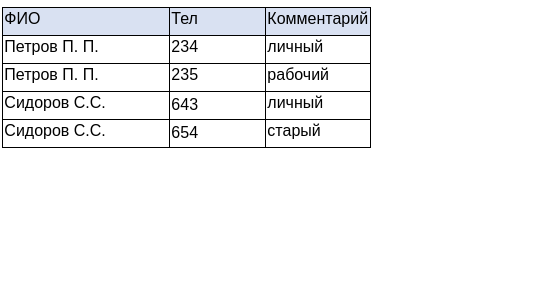
Before: 2nd Day/Task_1.3.png, a diagram exported from draw.io (Cy8rax/DataBase-HT). Source tidied: cells renumbered, new cells last; positions are measured from the earlier drawing's top-left corner, leaving out a move shared by most shapes.
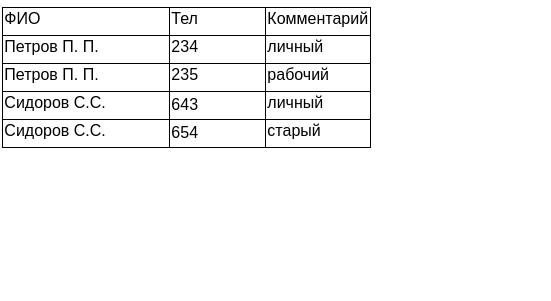
The same diagram one commit later.

Diff of the diagram source:
```diff
@@ -2,7 +2,7 @@
   <root>
     <mxCell id="0" />
     <mxCell id="1" parent="0" />
-    <mxCell id="2" value="&lt;b style=&quot;font-weight: normal&quot; id=&quot;docs-internal-guid-f6764b76-7fff-4c05-fab1-9b066bd7091b&quot;&gt;&lt;div dir=&quot;ltr&quot; style=&quot;margin-left: 0pt&quot; align=&quot;left&quot;&gt;&lt;table style=&quot;border: none ; border-collapse: collapse&quot;&gt;&lt;colgroup&gt;&lt;col width=&quot;167&quot;&gt;&lt;col width=&quot;96&quot;&gt;&lt;col width=&quot;81&quot;&gt;&lt;col width=&quot;92&quot;&gt;&lt;col width=&quot;138&quot;&gt;&lt;col width=&quot;158&quot;&gt;&lt;col width=&quot;111&quot;&gt;&lt;/colgroup&gt;&lt;tbody&gt;&lt;tr style=&quot;height: 21.214285714285715pt&quot;&gt;&lt;td style=&quot;border-left: solid #000000 0.9375pt ; border-right: solid #000000 0.9375pt ; border-bottom: solid #000000 0.9375pt ; border-top: solid #000000 0.9375pt ; vertical-align: middle ; background-color: #d9e1f2 ; padding: 1pt 1pt 5pt 1pt ; overflow: hidden ; overflow-wrap: break-word&quot;&gt;&lt;p dir=&quot;ltr&quot; style=&quot;line-height: 1.08 ; margin-top: 0pt ; margin-bottom: 0pt&quot;&gt;&lt;span style=&quot;font-size: 12pt ; font-family: &amp;#34;arial&amp;#34; ; color: rgb(0 , 0 , 0) ; background-color: transparent ; font-weight: 400 ; font-style: normal ; font-variant: normal ; text-decoration: none ; vertical-align: baseline&quot;&gt;ФИО&amp;nbsp;&amp;nbsp;&amp;nbsp;&amp;nbsp;&amp;nbsp;&amp;nbsp;&amp;nbsp;&amp;nbsp;&amp;nbsp;&amp;nbsp;&amp;nbsp;&amp;nbsp;&amp;nbsp;&amp;nbsp;&amp;nbsp;&lt;/span&gt;&lt;/p&gt;&lt;/td&gt;&lt;td style=&quot;border-left: solid #000000 0.9375pt ; border-right: solid #000000 0.9375pt ; border-bottom: solid #000000 0.9375pt ; border-top: solid #000000 0.9375pt ; vertical-align: middle ; background-color: #d9e1f2 ; padding: 1pt 1pt 5pt 1pt ; overflow: hidden ; overflow-wrap: break-word&quot;&gt;&lt;p dir=&quot;ltr&quot; style=&quot;line-height: 1.08 ; margin-top: 0pt ; margin-bottom: 0pt&quot;&gt;&lt;span style=&quot;font-size: 12pt ; font-family: &amp;#34;arial&amp;#34; ; color: rgb(0 , 0 , 0) ; background-color: transparent ; font-weight: 400 ; font-style: normal ; font-variant: normal ; text-decoration: none ; vertical-align: baseline&quot;&gt;Тел&lt;/span&gt;&lt;/p&gt;&lt;/td&gt;&lt;td style=&quot;border-left: solid #000000 0.9375pt ; border-right: solid #000000 0.9375pt ; border-bottom: solid #000000 0.9375pt ; border-top: solid #000000 0.9375pt ; vertical-align: middle ; background-color: #d9e1f2 ; padding: 1pt 1pt 5pt 1pt ; overflow: hidden ; overflow-wrap: break-word&quot;&gt;&lt;p dir=&quot;ltr&quot; style=&quot;line-height: 1.08 ; margin-top: 0pt ; margin-bottom: 0pt&quot;&gt;&lt;span style=&quot;font-size: 12pt ; font-family: &amp;#34;arial&amp;#34; ; color: rgb(0 , 0 , 0) ; background-color: transparent ; font-weight: 400 ; font-style: normal ; font-variant: normal ; text-decoration: none ; vertical-align: baseline&quot;&gt;Комментарий&lt;/span&gt;&lt;/p&gt;&lt;/td&gt;&lt;/tr&gt;&lt;tr style=&quot;height: 21.214285714285715pt&quot;&gt;&lt;td style=&quot;border-left: solid #000000 0.9375pt ; border-right: solid #000000 0.9375pt ; border-bottom: solid #000000 0.9375pt ; border-top: solid #000000 0.9375pt ; vertical-align: middle ; padding: 1pt 1pt 5pt 1pt ; overflow: hidden ; overflow-wrap: break-word&quot;&gt;&lt;p dir=&quot;ltr&quot; style=&quot;line-height: 1.08 ; margin-top: 0pt ; margin-bottom: 0pt&quot;&gt;&lt;span style=&quot;font-size: 12pt ; font-family: &amp;#34;arial&amp;#34; ; color: rgb(0 , 0 , 0) ; background-color: transparent ; font-weight: 400 ; font-style: normal ; font-variant: normal ; text-decoration: none ; vertical-align: baseline&quot;&gt;Петров П. П.&lt;/span&gt;&lt;/p&gt;&lt;/td&gt;&lt;td style=&quot;border-left: solid #000000 0.9375pt ; border-right: solid #000000 0.9375pt ; border-bottom: solid #000000 0.9375pt ; border-top: solid #000000 0.9375pt ; vertical-align: middle ; padding: 1pt 1pt 5pt 1pt ; overflow: hidden ; overflow-wrap: break-word&quot;&gt;&lt;p dir=&quot;ltr&quot; style=&quot;line-height: 1.08 ; margin-top: 0pt ; margin-bottom: 0pt&quot;&gt;&lt;span style=&quot;font-size: 12pt ; font-family: &amp;#34;arial&amp;#34; ; color: rgb(0 , 0 , 0) ; background-color: transparent ; font-weight: 400 ; font-style: normal ; font-variant: normal ; text-decoration: none ; vertical-align: baseline&quot;&gt;234&lt;/span&gt;&lt;/p&gt;&lt;/td&gt;&lt;td style=&quot;border-left: solid #000000 0.9375pt ; border-right: solid #000000 0.9375pt ; border-bottom: solid #000000 0.9375pt ; border-top: solid #000000 0.9375pt ; vertical-align: middle ; padding: 1pt 1pt 5pt 1pt ; overflow: hidden ; overflow-wrap: break-word&quot;&gt;&lt;p dir=&quot;ltr&quot; style=&quot;line-height: 1.08 ; margin-top: 0pt ; margin-bottom: 0pt&quot;&gt;&lt;span style=&quot;font-size: 12pt ; font-family: &amp;#34;arial&amp;#34; ; color: rgb(0 , 0 , 0) ; background-color: transparent ; font-weight: 400 ; font-style: normal ; font-variant: normal ; text-decoration: none ; vertical-align: baseline&quot;&gt;личный&lt;/span&gt;&lt;/p&gt;&lt;/td&gt;&lt;/tr&gt;&lt;tr style=&quot;height: 21.214285714285715pt&quot;&gt;&lt;td style=&quot;border-left: solid #000000 0.9375pt ; border-right: solid #000000 0.9375pt ; border-bottom: solid #000000 0.9375pt ; border-top: solid #000000 0.9375pt ; vertical-align: middle ; padding: 1pt 1pt 5pt 1pt ; overflow: hidden ; overflow-wrap: break-word&quot;&gt;&lt;p dir=&quot;ltr&quot; style=&quot;line-height: 1.08 ; margin-top: 0pt ; margin-bottom: 0pt&quot;&gt;&lt;span style=&quot;font-size: 12pt ; font-family: &amp;#34;arial&amp;#34; ; color: rgb(0 , 0 , 0) ; background-color: transparent ; font-weight: 400 ; font-style: normal ; font-variant: normal ; text-decoration: none ; vertical-align: baseline&quot;&gt;Петров П. П.&lt;/span&gt;&lt;/p&gt;&lt;/td&gt;&lt;td style=&quot;border-left: solid #000000 0.9375pt ; border-right: solid #000000 0.9375pt ; border-bottom: solid #000000 0.9375pt ; border-top: solid #000000 0.9375pt ; vertical-align: middle ; padding: 1pt 1pt 5pt 1pt ; overflow: hidden ; overflow-wrap: break-word&quot;&gt;&lt;p dir=&quot;ltr&quot; style=&quot;line-height: 1.08 ; margin-top: 0pt ; margin-bottom: 0pt&quot;&gt;&lt;span style=&quot;font-size: 12pt ; font-family: &amp;#34;arial&amp;#34; ; color: rgb(0 , 0 , 0) ; background-color: transparent ; font-weight: 400 ; font-style: normal ; font-variant: normal ; text-decoration: none ; vertical-align: baseline&quot;&gt;235&lt;/span&gt;&lt;/p&gt;&lt;/td&gt;&lt;td style=&quot;border-left: solid #000000 0.9375pt ; border-right: solid #000000 0.9375pt ; border-bottom: solid #000000 0.9375pt ; border-top: solid #000000 0.9375pt ; vertical-align: middle ; padding: 1pt 1pt 5pt 1pt ; overflow: hidden ; overflow-wrap: break-word&quot;&gt;&lt;p dir=&quot;ltr&quot; style=&quot;line-height: 1.08 ; margin-top: 0pt ; margin-bottom: 0pt&quot;&gt;&lt;span style=&quot;font-size: 12pt ; font-family: &amp;#34;arial&amp;#34; ; color: rgb(0 , 0 , 0) ; background-color: transparent ; font-weight: 400 ; font-style: normal ; font-variant: normal ; text-decoration: none ; vertical-align: baseline&quot;&gt;рабочий&lt;/span&gt;&lt;/p&gt;&lt;/td&gt;&lt;/tr&gt;&lt;tr style=&quot;height: 21.214285714285715pt&quot;&gt;&lt;td style=&quot;border-left: solid #000000 0.9375pt ; border-right: solid #000000 0.9375pt ; border-bottom: solid #000000 0.9375pt ; border-top: solid #000000 0.9375pt ; vertical-align: middle ; padding: 1pt 1pt 5pt 1pt ; overflow: hidden ; overflow-wrap: break-word&quot;&gt;&lt;p dir=&quot;ltr&quot; style=&quot;line-height: 1.08 ; margin-top: 0pt ; margin-bottom: 0pt&quot;&gt;&lt;span style=&quot;font-size: 12pt ; font-family: &amp;#34;arial&amp;#34; ; color: rgb(0 , 0 , 0) ; background-color: transparent ; font-weight: 400 ; font-style: normal ; font-variant: normal ; text-decoration: none ; vertical-align: baseline&quot;&gt;Сидоров С.С.&lt;/span&gt;&lt;/p&gt;&lt;/td&gt;&lt;td style=&quot;border-left: solid #000000 0.9375pt ; border-right: solid #000000 0.9375pt ; border-bottom: solid #000000 0.9375pt ; border-top: solid #000000 0.9375pt ; vertical-align: bottom ; padding: 1pt 1pt 5pt 1pt ; overflow: hidden ; overflow-wrap: break-word&quot;&gt;&lt;p dir=&quot;ltr&quot; style=&quot;line-height: 1.08 ; margin-top: 0pt ; margin-bottom: 0pt&quot;&gt;&lt;span style=&quot;font-size: 12pt ; font-family: &amp;#34;arial&amp;#34; ; color: rgb(0 , 0 , 0) ; background-color: transparent ; font-weight: 400 ; font-style: normal ; font-variant: normal ; text-decoration: none ; vertical-align: baseline&quot;&gt;643&lt;/span&gt;&lt;/p&gt;&lt;/td&gt;&lt;td style=&quot;border-left: solid #000000 0.9375pt ; border-right: solid #000000 0.9375pt ; border-bottom: solid #000000 0.9375pt ; border-top: solid #000000 0.9375pt ; vertical-align: middle ; padding: 1pt 1pt 5pt 1pt ; overflow: hidden ; overflow-wrap: break-word&quot;&gt;&lt;p dir=&quot;ltr&quot; style=&quot;line-height: 1.08 ; margin-top: 0pt ; margin-bottom: 0pt&quot;&gt;&lt;span style=&quot;font-size: 12pt ; font-family: &amp;#34;arial&amp;#34; ; color: rgb(0 , 0 , 0) ; background-color: transparent ; font-weight: 400 ; font-style: normal ; font-variant: normal ; text-decoration: none ; vertical-align: baseline&quot;&gt;личный&lt;/span&gt;&lt;/p&gt;&lt;/td&gt;&lt;/tr&gt;&lt;tr style=&quot;height: 21.214285714285715pt&quot;&gt;&lt;td style=&quot;border-left: solid #000000 0.9375pt ; border-right: solid #000000 0.9375pt ; border-bottom: solid #000000 0.9375pt ; border-top: solid #000000 0.9375pt ; vertical-align: middle ; padding: 1pt 1pt 5pt 1pt ; overflow: hidden ; overflow-wrap: break-word&quot;&gt;&lt;p dir=&quot;ltr&quot; style=&quot;line-height: 1.08 ; margin-top: 0pt ; margin-bottom: 0pt&quot;&gt;&lt;span style=&quot;font-size: 12pt ; font-family: &amp;#34;arial&amp;#34; ; color: rgb(0 , 0 , 0) ; background-color: transparent ; font-weight: 400 ; font-style: normal ; font-variant: normal ; text-decoration: none ; vertical-align: baseline&quot;&gt;Сидоров С.С.&lt;/span&gt;&lt;/p&gt;&lt;/td&gt;&lt;td style=&quot;border-left: solid #000000 0.9375pt ; border-right: solid #000000 0.9375pt ; border-bottom: solid #000000 0.9375pt ; border-top: solid #000000 0.9375pt ; vertical-align: bottom ; padding: 1pt 1pt 5pt 1pt ; overflow: hidden ; overflow-wrap: break-word&quot;&gt;&lt;p dir=&quot;ltr&quot; style=&quot;line-height: 1.08 ; margin-top: 0pt ; margin-bottom: 0pt&quot;&gt;&lt;span style=&quot;font-size: 12pt ; font-family: &amp;#34;arial&amp;#34; ; color: rgb(0 , 0 , 0) ; background-color: transparent ; font-weight: 400 ; font-style: normal ; font-variant: normal ; text-decoration: none ; vertical-align: baseline&quot;&gt;654&lt;/span&gt;&lt;/p&gt;&lt;/td&gt;&lt;td style=&quot;border-left: solid #000000 0.9375pt ; border-right: solid #000000 0.9375pt ; border-bottom: solid #000000 0.9375pt ; border-top: solid #000000 0.9375pt ; vertical-align: middle ; padding: 1pt 1pt 5pt 1pt ; overflow: hidden ; overflow-wrap: break-word&quot;&gt;&lt;p dir=&quot;ltr&quot; style=&quot;line-height: 1.08 ; margin-top: 0pt ; margin-bottom: 0pt&quot;&gt;&lt;span style=&quot;font-size: 12pt ; font-family: &amp;#34;arial&amp;#34; ; color: rgb(0 , 0 , 0) ; background-color: transparent ; font-weight: 400 ; font-style: normal ; font-variant: normal ; text-decoration: none ; vertical-align: baseline&quot;&gt;старый&lt;/span&gt;&lt;/p&gt;&lt;/td&gt;&lt;/tr&gt;&lt;/tbody&gt;&lt;/table&gt;&lt;/div&gt;&lt;/b&gt;" style="text;whiteSpace=wrap;html=1;" parent="1" vertex="1">
+    <mxCell id="2" value="&lt;b style=&quot;font-weight: normal&quot; id=&quot;docs-internal-guid-f6764b76-7fff-4c05-fab1-9b066bd7091b&quot;&gt;&lt;div dir=&quot;ltr&quot; style=&quot;margin-left: 0pt&quot; align=&quot;left&quot;&gt;&lt;table style=&quot;border: none ; border-collapse: collapse&quot;&gt;&lt;colgroup&gt;&lt;col width=&quot;167&quot;&gt;&lt;col width=&quot;96&quot;&gt;&lt;col width=&quot;81&quot;&gt;&lt;col width=&quot;92&quot;&gt;&lt;col width=&quot;138&quot;&gt;&lt;col width=&quot;158&quot;&gt;&lt;col width=&quot;111&quot;&gt;&lt;/colgroup&gt;&lt;tbody&gt;&lt;tr style=&quot;height: 21.214285714285715pt&quot;&gt;&lt;td style=&quot;border-width: 0.9375pt ; border-style: solid ; border-color: rgb(0 , 0 , 0) ; vertical-align: middle ; padding: 1pt 1pt 5pt ; overflow: hidden ; overflow-wrap: break-word&quot;&gt;&lt;p dir=&quot;ltr&quot; style=&quot;line-height: 1.08 ; margin-top: 0pt ; margin-bottom: 0pt&quot;&gt;&lt;span style=&quot;font-size: 12pt ; font-family: &amp;#34;arial&amp;#34; ; color: rgb(0 , 0 , 0) ; font-weight: 400 ; font-style: normal ; font-variant: normal ; text-decoration: none ; vertical-align: baseline ; background-color: rgb(255 , 255 , 255)&quot;&gt;ФИО&amp;nbsp;&amp;nbsp;&amp;nbsp;&amp;nbsp;&amp;nbsp;&amp;nbsp;&amp;nbsp;&amp;nbsp;&amp;nbsp;&amp;nbsp;&amp;nbsp;&amp;nbsp;&amp;nbsp;&amp;nbsp;&amp;nbsp;&lt;/span&gt;&lt;/p&gt;&lt;/td&gt;&lt;td style=&quot;border-width: 0.9375pt ; border-style: solid ; border-color: rgb(0 , 0 , 0) ; vertical-align: middle ; padding: 1pt 1pt 5pt ; overflow: hidden ; overflow-wrap: break-word&quot;&gt;&lt;p dir=&quot;ltr&quot; style=&quot;line-height: 1.08 ; margin-top: 0pt ; margin-bottom: 0pt&quot;&gt;&lt;span style=&quot;font-size: 12pt ; font-family: &amp;#34;arial&amp;#34; ; color: rgb(0 , 0 , 0) ; font-weight: 400 ; font-style: normal ; font-variant: normal ; text-decoration: none ; vertical-align: baseline ; background-color: rgb(255 , 255 , 255)&quot;&gt;Тел&lt;/span&gt;&lt;/p&gt;&lt;/td&gt;&lt;td style=&quot;border-width: 0.9375pt ; border-style: solid ; border-color: rgb(0 , 0 , 0) ; vertical-align: middle ; padding: 1pt 1pt 5pt ; overflow: hidden ; overflow-wrap: break-word&quot;&gt;&lt;p dir=&quot;ltr&quot; style=&quot;line-height: 1.08 ; margin-top: 0pt ; margin-bottom: 0pt&quot;&gt;&lt;span style=&quot;font-size: 12pt ; font-family: &amp;#34;arial&amp;#34; ; color: rgb(0 , 0 , 0) ; font-weight: 400 ; font-style: normal ; font-variant: normal ; text-decoration: none ; vertical-align: baseline ; background-color: rgb(255 , 255 , 255)&quot;&gt;Комментарий&lt;/span&gt;&lt;/p&gt;&lt;/td&gt;&lt;/tr&gt;&lt;tr style=&quot;height: 21.214285714285715pt&quot;&gt;&lt;td style=&quot;border-left: solid #000000 0.9375pt ; border-right: solid #000000 0.9375pt ; border-bottom: solid #000000 0.9375pt ; border-top: solid #000000 0.9375pt ; vertical-align: middle ; padding: 1pt 1pt 5pt 1pt ; overflow: hidden ; overflow-wrap: break-word&quot;&gt;&lt;p dir=&quot;ltr&quot; style=&quot;line-height: 1.08 ; margin-top: 0pt ; margin-bottom: 0pt&quot;&gt;&lt;span style=&quot;background-color: rgb(255 , 255 , 255)&quot;&gt;&lt;span style=&quot;font-size: 12pt ; font-family: &amp;#34;arial&amp;#34; ; color: rgb(0 , 0 , 0) ; font-weight: 400 ; font-style: normal ; font-variant: normal ; text-decoration: none ; vertical-align: baseline&quot;&gt;Петров &lt;/span&gt;&lt;span style=&quot;font-size: 12pt ; font-family: &amp;#34;arial&amp;#34; ; color: rgb(0 , 0 , 0) ; font-weight: 400 ; font-style: normal ; font-variant: normal ; text-decoration: none ; vertical-align: baseline&quot;&gt;П. П.&lt;/span&gt;&lt;/span&gt;&lt;/p&gt;&lt;/td&gt;&lt;td style=&quot;border-left: solid #000000 0.9375pt ; border-right: solid #000000 0.9375pt ; border-bottom: solid #000000 0.9375pt ; border-top: solid #000000 0.9375pt ; vertical-align: middle ; padding: 1pt 1pt 5pt 1pt ; overflow: hidden ; overflow-wrap: break-word&quot;&gt;&lt;p dir=&quot;ltr&quot; style=&quot;line-height: 1.08 ; margin-top: 0pt ; margin-bottom: 0pt&quot;&gt;&lt;span style=&quot;font-size: 12pt ; font-family: &amp;#34;arial&amp;#34; ; color: rgb(0 , 0 , 0) ; font-weight: 400 ; font-style: normal ; font-variant: normal ; text-decoration: none ; vertical-align: baseline ; background-color: rgb(255 , 255 , 255)&quot;&gt;234&lt;/span&gt;&lt;/p&gt;&lt;/td&gt;&lt;td style=&quot;border-left: solid #000000 0.9375pt ; border-right: solid #000000 0.9375pt ; border-bottom: solid #000000 0.9375pt ; border-top: solid #000000 0.9375pt ; vertical-align: middle ; padding: 1pt 1pt 5pt 1pt ; overflow: hidden ; overflow-wrap: break-word&quot;&gt;&lt;p dir=&quot;ltr&quot; style=&quot;line-height: 1.08 ; margin-top: 0pt ; margin-bottom: 0pt&quot;&gt;&lt;span style=&quot;font-size: 12pt ; font-family: &amp;#34;arial&amp;#34; ; color: rgb(0 , 0 , 0) ; font-weight: 400 ; font-style: normal ; font-variant: normal ; text-decoration: none ; vertical-align: baseline ; background-color: rgb(255 , 255 , 255)&quot;&gt;личный&lt;/span&gt;&lt;/p&gt;&lt;/td&gt;&lt;/tr&gt;&lt;tr style=&quot;height: 21.214285714285715pt&quot;&gt;&lt;td style=&quot;border-left: solid #000000 0.9375pt ; border-right: solid #000000 0.9375pt ; border-bottom: solid #000000 0.9375pt ; border-top: solid #000000 0.9375pt ; vertical-align: middle ; padding: 1pt 1pt 5pt 1pt ; overflow: hidden ; overflow-wrap: break-word&quot;&gt;&lt;p dir=&quot;ltr&quot; style=&quot;line-height: 1.08 ; margin-top: 0pt ; margin-bottom: 0pt&quot;&gt;&lt;span style=&quot;font-size: 12pt ; font-family: &amp;#34;arial&amp;#34; ; color: rgb(0 , 0 , 0) ; font-weight: 400 ; font-style: normal ; font-variant: normal ; text-decoration: none ; vertical-align: baseline ; background-color: rgb(255 , 255 , 255)&quot;&gt;Петров П. П.&lt;/span&gt;&lt;/p&gt;&lt;/td&gt;&lt;td style=&quot;border-left: solid #000000 0.9375pt ; border-right: solid #000000 0.9375pt ; border-bottom: solid #000000 0.9375pt ; border-top: solid #000000 0.9375pt ; vertical-align: middle ; padding: 1pt 1pt 5pt 1pt ; overflow: hidden ; overflow-wrap: break-word&quot;&gt;&lt;p dir=&quot;ltr&quot; style=&quot;line-height: 1.08 ; margin-top: 0pt ; margin-bottom: 0pt&quot;&gt;&lt;span style=&quot;font-size: 12pt ; font-family: &amp;#34;arial&amp;#34; ; color: rgb(0 , 0 , 0) ; font-weight: 400 ; font-style: normal ; font-variant: normal ; text-decoration: none ; vertical-align: baseline ; background-color: rgb(255 , 255 , 255)&quot;&gt;235&lt;/span&gt;&lt;/p&gt;&lt;/td&gt;&lt;td style=&quot;border-left: solid #000000 0.9375pt ; border-right: solid #000000 0.9375pt ; border-bottom: solid #000000 0.9375pt ; border-top: solid #000000 0.9375pt ; vertical-align: middle ; padding: 1pt 1pt 5pt 1pt ; overflow: hidden ; overflow-wrap: break-word&quot;&gt;&lt;p dir=&quot;ltr&quot; style=&quot;line-height: 1.08 ; margin-top: 0pt ; margin-bottom: 0pt&quot;&gt;&lt;span style=&quot;font-size: 12pt ; font-family: &amp;#34;arial&amp;#34; ; color: rgb(0 , 0 , 0) ; font-weight: 400 ; font-style: normal ; font-variant: normal ; text-decoration: none ; vertical-align: baseline ; background-color: rgb(255 , 255 , 255)&quot;&gt;рабочий&lt;/span&gt;&lt;/p&gt;&lt;/td&gt;&lt;/tr&gt;&lt;tr style=&quot;height: 21.214285714285715pt&quot;&gt;&lt;td style=&quot;border-left: solid #000000 0.9375pt ; border-right: solid #000000 0.9375pt ; border-bottom: solid #000000 0.9375pt ; border-top: solid #000000 0.9375pt ; vertical-align: middle ; padding: 1pt 1pt 5pt 1pt ; overflow: hidden ; overflow-wrap: break-word&quot;&gt;&lt;p dir=&quot;ltr&quot; style=&quot;line-height: 1.08 ; margin-top: 0pt ; margin-bottom: 0pt&quot;&gt;&lt;span style=&quot;font-size: 12pt ; font-family: &amp;#34;arial&amp;#34; ; color: rgb(0 , 0 , 0) ; font-weight: 400 ; font-style: normal ; font-variant: normal ; text-decoration: none ; vertical-align: baseline ; background-color: rgb(255 , 255 , 255)&quot;&gt;Сидоров С.С.&lt;/span&gt;&lt;/p&gt;&lt;/td&gt;&lt;td style=&quot;border-left: solid #000000 0.9375pt ; border-right: solid #000000 0.9375pt ; border-bottom: solid #000000 0.9375pt ; border-top: solid #000000 0.9375pt ; vertical-align: bottom ; padding: 1pt 1pt 5pt 1pt ; overflow: hidden ; overflow-wrap: break-word&quot;&gt;&lt;p dir=&quot;ltr&quot; style=&quot;line-height: 1.08 ; margin-top: 0pt ; margin-bottom: 0pt&quot;&gt;&lt;span style=&quot;font-size: 12pt ; font-family: &amp;#34;arial&amp;#34; ; color: rgb(0 , 0 , 0) ; font-weight: 400 ; font-style: normal ; font-variant: normal ; text-decoration: none ; vertical-align: baseline ; background-color: rgb(255 , 255 , 255)&quot;&gt;643&lt;/span&gt;&lt;/p&gt;&lt;/td&gt;&lt;td style=&quot;border-left: solid #000000 0.9375pt ; border-right: solid #000000 0.9375pt ; border-bottom: solid #000000 0.9375pt ; border-top: solid #000000 0.9375pt ; vertical-align: middle ; padding: 1pt 1pt 5pt 1pt ; overflow: hidden ; overflow-wrap: break-word&quot;&gt;&lt;p dir=&quot;ltr&quot; style=&quot;line-height: 1.08 ; margin-top: 0pt ; margin-bottom: 0pt&quot;&gt;&lt;span style=&quot;font-size: 12pt ; font-family: &amp;#34;arial&amp;#34; ; color: rgb(0 , 0 , 0) ; font-weight: 400 ; font-style: normal ; font-variant: normal ; text-decoration: none ; vertical-align: baseline ; background-color: rgb(255 , 255 , 255)&quot;&gt;личный&lt;/span&gt;&lt;/p&gt;&lt;/td&gt;&lt;/tr&gt;&lt;tr style=&quot;height: 21.214285714285715pt&quot;&gt;&lt;td style=&quot;border-left: solid #000000 0.9375pt ; border-right: solid #000000 0.9375pt ; border-bottom: solid #000000 0.9375pt ; border-top: solid #000000 0.9375pt ; vertical-align: middle ; padding: 1pt 1pt 5pt 1pt ; overflow: hidden ; overflow-wrap: break-word&quot;&gt;&lt;p dir=&quot;ltr&quot; style=&quot;line-height: 1.08 ; margin-top: 0pt ; margin-bottom: 0pt&quot;&gt;&lt;span style=&quot;font-size: 12pt ; font-family: &amp;#34;arial&amp;#34; ; color: rgb(0 , 0 , 0) ; font-weight: 400 ; font-style: normal ; font-variant: normal ; text-decoration: none ; vertical-align: baseline ; background-color: rgb(255 , 255 , 255)&quot;&gt;Сидоров С.С.&lt;/span&gt;&lt;/p&gt;&lt;/td&gt;&lt;td style=&quot;border-left: solid #000000 0.9375pt ; border-right: solid #000000 0.9375pt ; border-bottom: solid #000000 0.9375pt ; border-top: solid #000000 0.9375pt ; vertical-align: bottom ; padding: 1pt 1pt 5pt 1pt ; overflow: hidden ; overflow-wrap: break-word&quot;&gt;&lt;p dir=&quot;ltr&quot; style=&quot;line-height: 1.08 ; margin-top: 0pt ; margin-bottom: 0pt&quot;&gt;&lt;span style=&quot;font-size: 12pt ; font-family: &amp;#34;arial&amp;#34; ; color: rgb(0 , 0 , 0) ; font-weight: 400 ; font-style: normal ; font-variant: normal ; text-decoration: none ; vertical-align: baseline ; background-color: rgb(255 , 255 , 255)&quot;&gt;654&lt;/span&gt;&lt;/p&gt;&lt;/td&gt;&lt;td style=&quot;border-left: solid #000000 0.9375pt ; border-right: solid #000000 0.9375pt ; border-bottom: solid #000000 0.9375pt ; border-top: solid #000000 0.9375pt ; vertical-align: middle ; padding: 1pt 1pt 5pt 1pt ; overflow: hidden ; overflow-wrap: break-word&quot;&gt;&lt;p dir=&quot;ltr&quot; style=&quot;line-height: 1.08 ; margin-top: 0pt ; margin-bottom: 0pt&quot;&gt;&lt;span style=&quot;font-size: 12pt ; font-family: &amp;#34;arial&amp;#34; ; color: rgb(0 , 0 , 0) ; font-weight: 400 ; font-style: normal ; font-variant: normal ; text-decoration: none ; vertical-align: baseline ; background-color: rgb(255 , 255 , 255)&quot;&gt;старый&lt;/span&gt;&lt;/p&gt;&lt;/td&gt;&lt;/tr&gt;&lt;/tbody&gt;&lt;/table&gt;&lt;/div&gt;&lt;/b&gt;" style="text;whiteSpace=wrap;html=1;" parent="1" vertex="1">
       <mxGeometry width="550" height="300" as="geometry" />
     </mxCell>
   </root>
```
